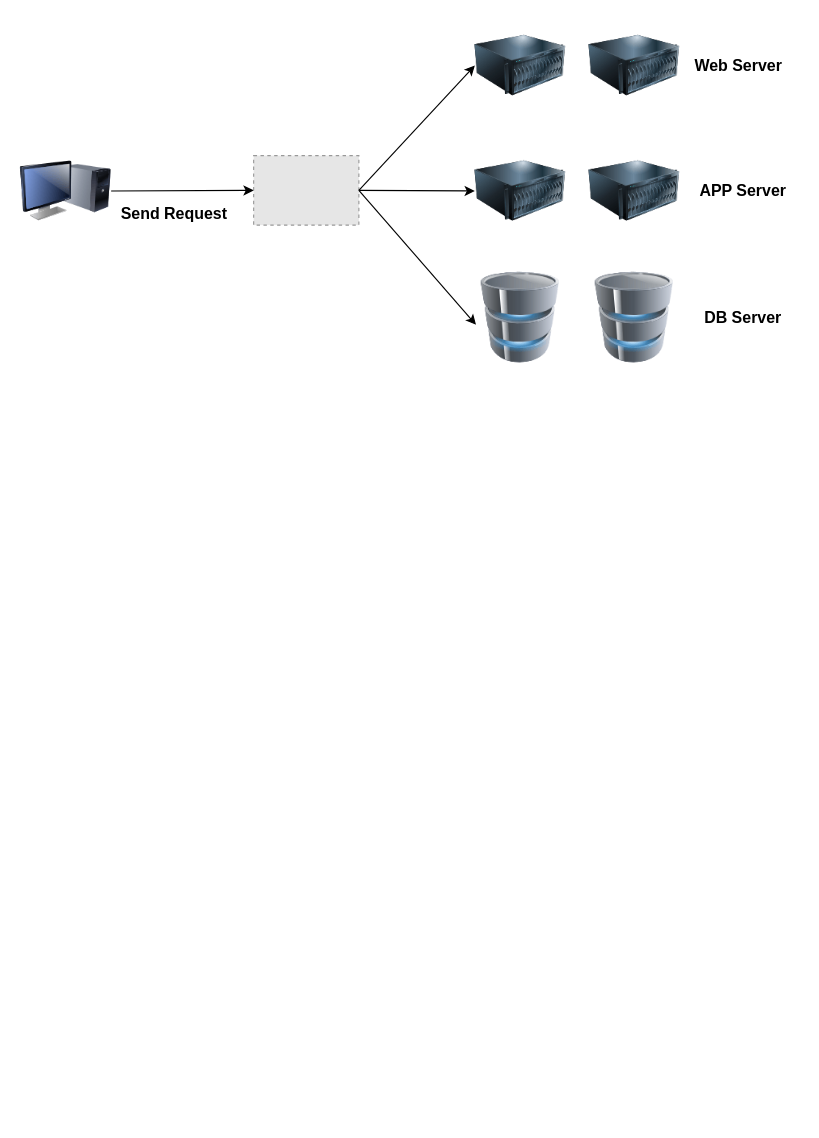
This is Untitled Diagram.drawio from yahanjunho/forDrawIO, a draw.io file, before an edit. Source tidied: cells renumbered, new cells numbered last; positions are measured from the earlier drawing's top-left corner, leaving out a move shared by most shapes. Both pictures are drawn from the tidied source at 114%, with x=0, y=0 at pixel (19, 19). Pictures stored in the file or linked from it are replaced by grey dashed boxes.
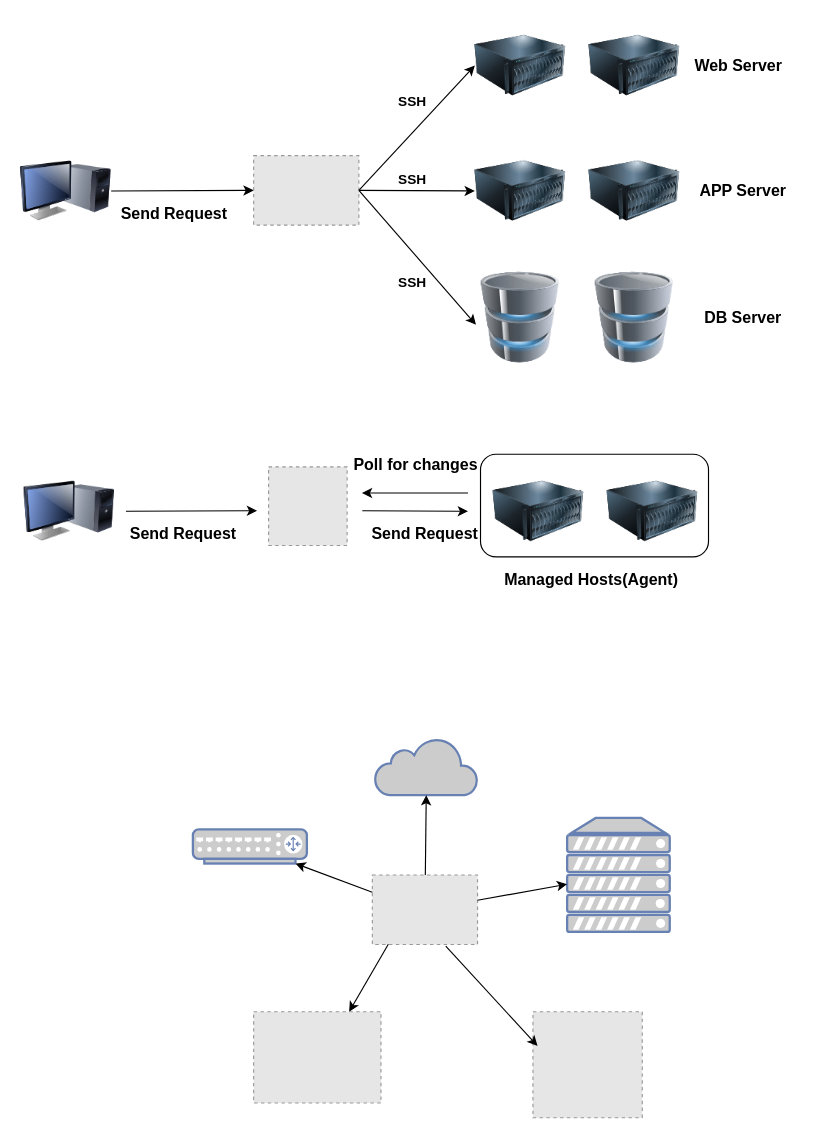
Above is the later version.

The edit, as a diff of the source:
```diff
@@
+    <mxCell id="21" value="&lt;b&gt;SSH&lt;/b&gt;" style="text;html=1;align=center;verticalAlign=middle;" parent="1" vertex="1">
+      <mxGeometry x="324" y="62" width="40" height="20" as="geometry" />
+    </mxCell>
+    <mxCell id="22" value="&lt;b&gt;SSH&lt;/b&gt;" style="text;html=1;align=center;verticalAlign=middle;" parent="1" vertex="1">
+      <mxGeometry x="324" y="130" width="40" height="20" as="geometry" />
+    </mxCell>
+    <mxCell id="23" value="&lt;b&gt;SSH&lt;/b&gt;" style="text;html=1;align=center;verticalAlign=middle;" parent="1" vertex="1">
+      <mxGeometry x="324" y="221" width="40" height="20" as="geometry" />
+    </mxCell>
+    <mxCell id="24" style="group;" parent="1" vertex="1">
+      <mxGeometry x="404" y="391" width="280" height="80" as="geometry" />
+    </mxCell>
+    <mxCell id="25" style="rounded=1;whiteSpace=wrap;html=1;" parent="24" vertex="1">
+      <mxGeometry y="-10" width="200" height="90" as="geometry" />
+    </mxCell>
+    <mxCell id="26" style="image;html=1;image=img/lib/clip_art/computers/Server_128x128.png;" parent="24" vertex="1">
+      <mxGeometry x="11" width="80" height="80" as="geometry" />
+    </mxCell>
+    <mxCell id="27" style="image;html=1;image=img/lib/clip_art/computers/Server_128x128.png;" parent="24" vertex="1">
+      <mxGeometry x="111" width="80" height="80" as="geometry" />
+    </mxCell>
+    <mxCell id="28" style="image;html=1;image=img/lib/clip_art/computers/Monitor_Tower_128x128.png;" parent="1" vertex="1">
+      <mxGeometry x="3" y="391" width="80" height="80" as="geometry" />
+    </mxCell>
+    <mxCell id="29" style="endArrow=classic;html=1;exitX=1;exitY=0.5;exitDx=0;exitDy=0;" parent="1" edge="1">
+      <mxGeometry relative="1" as="geometry">
+        <mxPoint x="300.3" y="430.5" as="sourcePoint" />
+        <mxPoint x="393" y="431" as="targetPoint" />
+      </mxGeometry>
+    </mxCell>
+    <mxCell id="30" style="endArrow=classic;html=1;entryX=0;entryY=0.5;entryDx=0;entryDy=0;" parent="1" edge="1">
+      <mxGeometry relative="1" as="geometry">
+        <mxPoint x="93" y="431" as="sourcePoint" />
+        <mxPoint x="208" y="430.5" as="targetPoint" />
+      </mxGeometry>
+    </mxCell>
+    <mxCell id="31" value="&lt;b&gt;&lt;font style=&quot;font-size: 14px&quot;&gt;Send Request&lt;/font&gt;&lt;/b&gt;" style="text;html=1;align=center;verticalAlign=middle;" parent="1" vertex="1">
+      <mxGeometry x="88" y="441" width="110" height="20" as="geometry" />
+    </mxCell>
+    <mxCell id="32" style="endArrow=classic;html=1;" parent="1" edge="1">
+      <mxGeometry relative="1" as="geometry">
+        <mxPoint x="393" y="415" as="sourcePoint" />
+        <mxPoint x="300" y="415" as="targetPoint" />
+      </mxGeometry>
+    </mxCell>
+    <mxCell id="33" value="&lt;span style=&quot;font-size: 14px&quot;&gt;&lt;b&gt;Managed Hosts(Agent)&lt;/b&gt;&lt;/span&gt;" style="text;html=1;align=center;verticalAlign=middle;" parent="1" vertex="1">
+      <mxGeometry x="416" y="481" width="170" height="20" as="geometry" />
+    </mxCell>
+    <mxCell id="34" value="&lt;span style=&quot;font-size: 14px&quot;&gt;&lt;b&gt;Poll for changes&lt;/b&gt;&lt;/span&gt;" style="text;html=1;align=center;verticalAlign=middle;" parent="1" vertex="1">
+      <mxGeometry x="287" y="380" width="120" height="20" as="geometry" />
+    </mxCell>
+    <mxCell id="35" value="&lt;span style=&quot;font-size: 14px&quot;&gt;&lt;b&gt;Send Request&lt;/b&gt;&lt;/span&gt;" style="text;html=1;align=center;verticalAlign=middle;" parent="1" vertex="1">
+      <mxGeometry x="300.3" y="441" width="110" height="20" as="geometry" />
+    </mxCell>
+    <mxCell id="36" style="fillColor=#E6E6E6;strokeColor=#999999;dashed=1;verticalLabelPosition=bottom;labelBackgroundColor=#ffffff;verticalAlign=top;" parent="1" vertex="1">
+      <mxGeometry x="218.1" y="392" width="68.9" height="69" as="geometry" />
+    </mxCell>
+    <mxCell id="37" style="fillColor=#E6E6E6;strokeColor=#999999;dashed=1;verticalLabelPosition=bottom;labelBackgroundColor=#ffffff;verticalAlign=top;" parent="1" vertex="1">
+      <mxGeometry x="309.1" y="750" width="92.3" height="61" as="geometry" />
+    </mxCell>
+    <mxCell id="38" style="html=1;outlineConnect=0;fillColor=#CCCCCC;strokeColor=#6881B3;gradientColor=none;gradientDirection=north;strokeWidth=2;shape=mxgraph.networks.cloud;fontColor=#ffffff;" parent="1" vertex="1">
+      <mxGeometry x="311.4" y="630" width="90" height="50" as="geometry" />
+    </mxCell>
+    <mxCell id="39" style="fontColor=#0066CC;verticalAlign=top;verticalLabelPosition=bottom;labelPosition=center;align=center;html=1;outlineConnect=0;fillColor=#CCCCCC;strokeColor=#6881B3;gradientColor=none;gradientDirection=north;strokeWidth=2;shape=mxgraph.networks.server;" parent="1" vertex="1">
+      <mxGeometry x="480" y="700" width="90" height="100" as="geometry" />
+    </mxCell>
+    <mxCell id="40" style="fontColor=#0066CC;verticalAlign=top;verticalLabelPosition=bottom;labelPosition=center;align=center;html=1;outlineConnect=0;fillColor=#CCCCCC;strokeColor=#6881B3;gradientColor=none;gradientDirection=north;strokeWidth=2;shape=mxgraph.networks.router;" parent="1" vertex="1">
+      <mxGeometry x="151.7" y="710" width="100" height="30" as="geometry" />
+    </mxCell>
+    <mxCell id="41" style="fillColor=#E6E6E6;strokeColor=#999999;dashed=1;verticalLabelPosition=bottom;labelBackgroundColor=#ffffff;verticalAlign=top;" parent="1" vertex="1">
+      <mxGeometry x="205" y="870" width="111.7" height="80" as="geometry" />
+    </mxCell>
+    <mxCell id="42" style="fillColor=#E6E6E6;strokeColor=#999999;dashed=1;verticalLabelPosition=bottom;labelBackgroundColor=#ffffff;verticalAlign=top;" parent="1" vertex="1">
+      <mxGeometry x="450" y="870" width="95.9" height="93" as="geometry" />
+    </mxCell>
+    <mxCell id="43" style="endArrow=classic;html=1;entryX=0.5;entryY=1;entryDx=0;entryDy=0;entryPerimeter=0;" parent="1" edge="1" source="37" target="38">
+      <mxGeometry relative="1" as="geometry" />
+    </mxCell>
+    <mxCell id="44" style="endArrow=classic;html=1;" parent="1" edge="1" source="37" target="39">
+      <mxGeometry relative="1" as="geometry" />
+    </mxCell>
+    <mxCell id="45" style="endArrow=classic;html=1;entryX=0.9;entryY=1;entryDx=0;entryDy=0;entryPerimeter=0;exitX=0;exitY=0.25;exitDx=0;exitDy=0;" parent="1" edge="1" source="37" target="40">
+      <mxGeometry relative="1" as="geometry" />
+    </mxCell>
+    <mxCell id="46" style="endArrow=classic;html=1;entryX=0.75;entryY=0;entryDx=0;entryDy=0;exitX=0.152;exitY=0.997;exitDx=0;exitDy=0;exitPerimeter=0;" parent="1" edge="1" source="37" target="41">
+      <mxGeometry relative="1" as="geometry" />
+    </mxCell>
+    <mxCell id="47" style="endArrow=classic;html=1;entryX=0.042;entryY=0.323;entryDx=0;entryDy=0;exitX=0.698;exitY=1.023;exitDx=0;exitDy=0;entryPerimeter=0;exitPerimeter=0;" parent="1" edge="1" source="37" target="42">
+      <mxGeometry relative="1" as="geometry" />
+    </mxCell>
```
